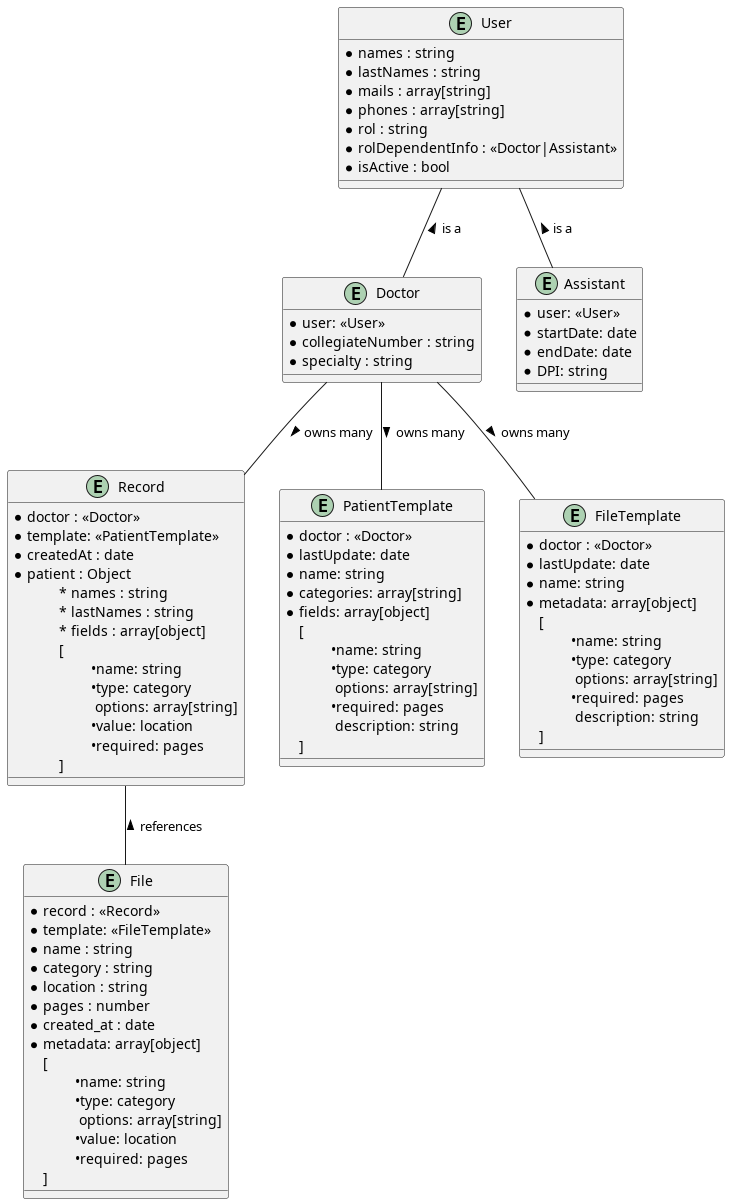
Earlier version of the PlantUML export Diagram/DB_Diagram.png (TherapistTrack/TherapistTrack-DB).
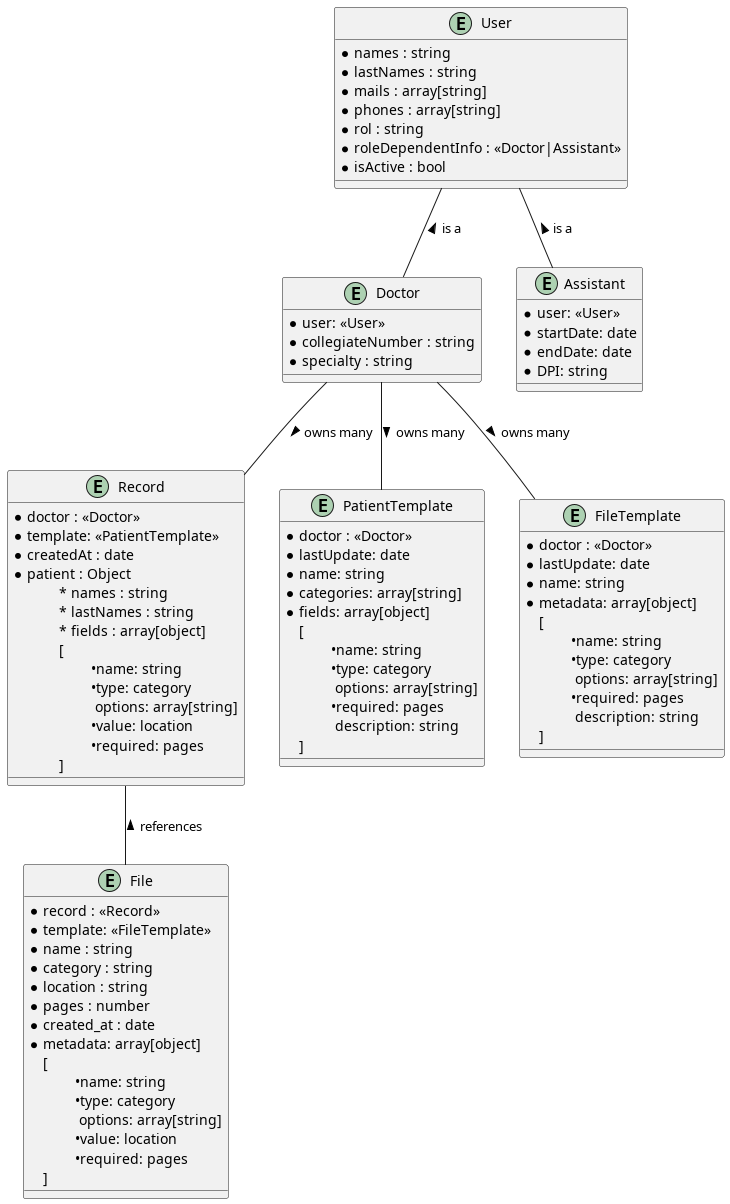
After the commit.

Diff of the diagram source:
```diff
@@ -6,7 +6,7 @@
     * mails : array[string]
     * phones : array[string]
     * rol : string
-    * rolDependentInfo : <<Doctor|Assistant>>
+    * roleDependentInfo : <<Doctor|Assistant>>
     * isActive : bool
 }
 
```
